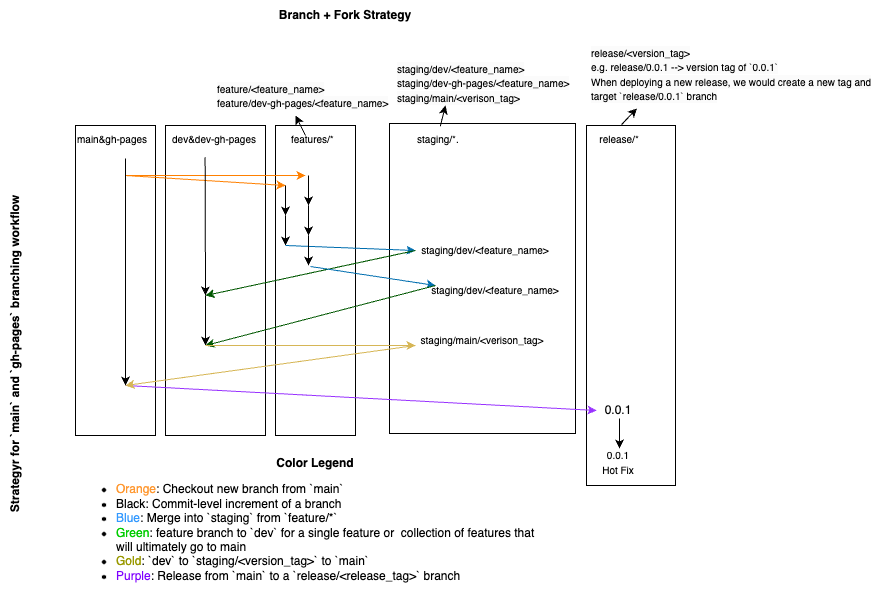
capitalone/DataProfiler keeps this draw.io diagram as docs/source/_static/images/branching_workflow_diagram.png. Above is the earlier version. Source tidied: cells renumbered, new cells last; positions are measured from the earlier drawing's top-left corner, leaving out a move shared by most shapes.
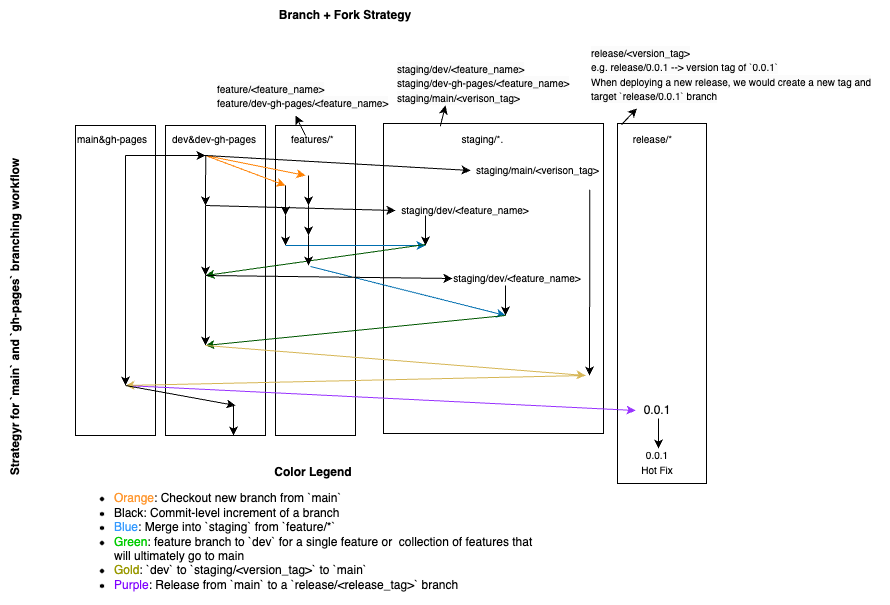
Later version of the same file.

The edit, as a diff of the source:
```diff
@@ -9,15 +9,15 @@
       <mxGeometry x="240" y="125" width="80" height="310" as="geometry" />
     </mxCell>
     <mxCell id="4" style="rounded=0;whiteSpace=wrap;html=1;fillColor=none;" parent="1" vertex="1">
-      <mxGeometry x="751" y="125" width="89" height="360" as="geometry" />
+      <mxGeometry x="782" y="123" width="89" height="360" as="geometry" />
     </mxCell>
     <mxCell id="5" style="rounded=0;whiteSpace=wrap;html=1;fillColor=none;" parent="1" vertex="1">
       <mxGeometry x="440" y="125" width="80" height="310" as="geometry" />
     </mxCell>
     <mxCell id="6" style="rounded=0;whiteSpace=wrap;html=1;fillColor=none;" parent="1" vertex="1">
-      <mxGeometry x="554" y="123" width="186" height="310" as="geometry" />
+      <mxGeometry x="548" y="123" width="220" height="310" as="geometry" />
     </mxCell>
-    <mxCell id="7" value="&lt;font style=&quot;font-size: 10px;&quot;&gt;main&amp;amp;gh-pages&amp;nbsp; &amp;nbsp; &amp;nbsp; &amp;nbsp; &amp;nbsp;dev&amp;amp;dev-gh-pages&amp;nbsp; &amp;nbsp; &amp;nbsp;&lt;span style=&quot;white-space: pre;&quot;&gt;&#9;&lt;/span&gt;&lt;span style=&quot;white-space: pre;&quot;&gt;&amp;nbsp;&lt;/span&gt;&amp;nbsp; &amp;nbsp; features/*&amp;nbsp; &amp;nbsp; &amp;nbsp; &amp;nbsp; &amp;nbsp; &amp;nbsp; &amp;nbsp; &amp;nbsp; &amp;nbsp; &amp;nbsp; &amp;nbsp; &amp;nbsp; &amp;nbsp; &amp;nbsp; &amp;nbsp; staging/*.&amp;nbsp; &amp;nbsp; &amp;nbsp; &amp;nbsp; &amp;nbsp; &amp;nbsp; &amp;nbsp;&lt;span style=&quot;white-space: pre;&quot;&gt;&#9;&lt;span style=&quot;white-space: pre;&quot;&gt;&#9;&lt;/span&gt;&lt;span style=&quot;white-space: pre;&quot;&gt;&#9;&lt;/span&gt;&lt;span style=&quot;white-space: pre;&quot;&gt;&#9;&lt;/span&gt;&lt;/span&gt;&amp;nbsp; &amp;nbsp; &amp;nbsp; &amp;nbsp; &amp;nbsp; &amp;nbsp; release/*&lt;/font&gt;" style="text;whiteSpace=wrap;html=1;" parent="1" vertex="1">
+    <mxCell id="7" value="&lt;font style=&quot;font-size: 10px;&quot;&gt;main&amp;amp;gh-pages&amp;nbsp; &amp;nbsp; &amp;nbsp; &amp;nbsp; &amp;nbsp;dev&amp;amp;dev-gh-pages&amp;nbsp; &amp;nbsp; &amp;nbsp;&lt;span style=&quot;white-space: pre;&quot;&gt;&#9;&lt;/span&gt;&lt;span style=&quot;white-space: pre;&quot;&gt;&amp;nbsp;&lt;/span&gt;&amp;nbsp; &amp;nbsp; features/*&amp;nbsp; &amp;nbsp; &amp;nbsp; &amp;nbsp; &amp;nbsp; &amp;nbsp; &amp;nbsp; &amp;nbsp; &amp;nbsp; &amp;nbsp; &amp;nbsp; &amp;nbsp; &amp;nbsp; &amp;nbsp; &amp;nbsp; &amp;nbsp; &amp;nbsp; &amp;nbsp; &amp;nbsp; &amp;nbsp; &amp;nbsp; &amp;nbsp; &amp;nbsp; staging/*.&amp;nbsp; &amp;nbsp; &amp;nbsp; &amp;nbsp; &amp;nbsp; &amp;nbsp; &amp;nbsp;&lt;span style=&quot;white-space: pre;&quot;&gt;&#9;&lt;span style=&quot;white-space: pre;&quot;&gt;&#9;&lt;/span&gt; &lt;/span&gt;&amp;nbsp; &amp;nbsp; &amp;nbsp; &amp;nbsp; &amp;nbsp; &amp;nbsp; &amp;nbsp; &amp;nbsp; &amp;nbsp; &amp;nbsp; &amp;nbsp; &amp;nbsp;release/*&lt;/font&gt;" style="text;whiteSpace=wrap;html=1;" parent="1" vertex="1">
       <mxGeometry x="240" y="125" width="600" height="30" as="geometry" />
     </mxCell>
     <mxCell id="8" style="endArrow=classic;html=1;rounded=0;" parent="1" edge="1">
@@ -28,7 +28,7 @@
     </mxCell>
     <mxCell id="9" style="endArrow=classic;html=1;rounded=0;fillColor=#f8cecc;strokeColor=#FF8000;" parent="1" edge="1">
       <mxGeometry relative="1" as="geometry">
-        <mxPoint x="290" y="175" as="sourcePoint" />
+        <mxPoint x="370" y="155" as="sourcePoint" />
         <mxPoint x="450" y="185" as="targetPoint" />
       </mxGeometry>
     </mxCell>
@@ -52,30 +52,30 @@
     </mxCell>
     <mxCell id="13" style="endArrow=classic;html=1;rounded=0;fillColor=#f8cecc;strokeColor=#FF8000;" parent="1" edge="1">
       <mxGeometry relative="1" as="geometry">
-        <mxPoint x="290" y="175" as="sourcePoint" />
+        <mxPoint x="370" y="155" as="sourcePoint" />
         <mxPoint x="470" y="175" as="targetPoint" />
       </mxGeometry>
     </mxCell>
     <mxCell id="14" style="endArrow=classic;html=1;rounded=0;fillColor=#1ba1e2;strokeColor=#006EAF;" parent="1" edge="1">
       <mxGeometry relative="1" as="geometry">
         <mxPoint x="450" y="245" as="sourcePoint" />
-        <mxPoint x="580" y="250" as="targetPoint" />
+        <mxPoint x="590" y="245" as="targetPoint" />
       </mxGeometry>
     </mxCell>
     <mxCell id="15" style="endArrow=classic;html=1;rounded=0;fillColor=#008a00;strokeColor=#005700;" parent="1" edge="1">
       <mxGeometry relative="1" as="geometry">
-        <mxPoint x="580" y="250" as="sourcePoint" />
-        <mxPoint x="370" y="295" as="targetPoint" />
+        <mxPoint x="590" y="244" as="sourcePoint" />
+        <mxPoint x="370" y="275" as="targetPoint" />
       </mxGeometry>
     </mxCell>
     <mxCell id="16" value="&lt;b&gt;Branch + Fork Strategy&lt;/b&gt;" style="text;html=1;strokeColor=none;fillColor=none;align=center;verticalAlign=middle;whiteSpace=wrap;rounded=0;" parent="1" vertex="1">
       <mxGeometry x="385" width="250" height="30" as="geometry" />
     </mxCell>
     <mxCell id="17" value="&lt;b&gt;Strategyr for `main` and `gh-pages` branching workflow&lt;/b&gt;" style="text;html=1;strokeColor=none;fillColor=none;align=center;verticalAlign=middle;whiteSpace=wrap;rounded=0;rotation=270;" parent="1" vertex="1">
-      <mxGeometry x="0.4" y="338" width="360.2" height="30" as="geometry" />
+      <mxGeometry x="0.4" y="301" width="360.2" height="30" as="geometry" />
     </mxCell>
     <mxCell id="18" value="&lt;b&gt;Color Legend&lt;br&gt;&lt;/b&gt;&lt;ul&gt;&lt;li style=&quot;border-color: var(--border-color); text-align: left;&quot;&gt;&lt;font style=&quot;border-color: var(--border-color);&quot; color=&quot;#ff9933&quot;&gt;Orange&lt;/font&gt;: Checkout new branch from `main`&lt;/li&gt;&lt;li style=&quot;border-color: var(--border-color); text-align: left;&quot;&gt;Black: Commit-level increment of a branch&lt;/li&gt;&lt;li style=&quot;text-align: left;&quot;&gt;&lt;font color=&quot;#3399ff&quot;&gt;Blue&lt;/font&gt;: Merge into `staging` from `feature/*`&lt;/li&gt;&lt;li style=&quot;border-color: var(--border-color); text-align: left;&quot;&gt;&lt;font style=&quot;border-color: var(--border-color);&quot; color=&quot;#00cc00&quot;&gt;Green&lt;/font&gt;: feature branch to `dev` for a single feature or&amp;nbsp; collection of features that will ultimately go to main&lt;/li&gt;&lt;li style=&quot;text-align: left;&quot;&gt;&lt;font style=&quot;background-color: initial;&quot; color=&quot;#999900&quot;&gt;Gold&lt;/font&gt;&lt;span style=&quot;background-color: initial;&quot;&gt;: `dev` to `staging/&amp;lt;version_tag&amp;gt;` to `main`&lt;/span&gt;&lt;br&gt;&lt;/li&gt;&lt;li style=&quot;border-color: var(--border-color); text-align: left;&quot;&gt;&lt;font style=&quot;border-color: var(--border-color); background-color: initial;&quot; color=&quot;#7f00ff&quot;&gt;Purple&lt;/font&gt;: Release from `main` to a `release/&amp;lt;release_tag&amp;gt;` branch&lt;/li&gt;&lt;/ul&gt;" style="text;html=1;strokeColor=none;fillColor=none;align=center;verticalAlign=middle;whiteSpace=wrap;rounded=0;" parent="1" vertex="1">
-      <mxGeometry x="240" y="455" width="480" height="140" as="geometry" />
+      <mxGeometry x="238" y="464" width="480" height="140" as="geometry" />
     </mxCell>
     <mxCell id="19" value="&lt;span style=&quot;color: rgb(0, 0, 0); font-family: Helvetica; font-style: normal; font-variant-ligatures: normal; font-variant-caps: normal; font-weight: 400; letter-spacing: normal; orphans: 2; text-align: left; text-indent: 0px; text-transform: none; widows: 2; word-spacing: 0px; -webkit-text-stroke-width: 0px; background-color: rgb(251, 251, 251); text-decoration-thickness: initial; text-decoration-style: initial; text-decoration-color: initial; float: none; display: inline !important;&quot;&gt;&lt;font style=&quot;font-size: 10px;&quot;&gt;staging/dev/&amp;lt;feature_name&amp;gt;&lt;br&gt;staging/dev-gh-pages/&amp;lt;feature_name&amp;gt;&lt;br&gt;staging/main/&amp;lt;verison_tag&amp;gt;&lt;/font&gt;&lt;br style=&quot;border-color: var(--border-color); font-size: 10px;&quot;&gt;&lt;/span&gt;" style="text;whiteSpace=wrap;html=1;" parent="1" vertex="1">
       <mxGeometry x="560" y="55" width="180" height="60" as="geometry" />
@@ -86,24 +86,24 @@
       </mxGeometry>
     </mxCell>
     <mxCell id="21" value="0.0.1" style="text;html=1;strokeColor=none;fillColor=none;align=center;verticalAlign=middle;whiteSpace=wrap;rounded=0;" parent="1" vertex="1">
-      <mxGeometry x="761" y="395" width="44" height="30" as="geometry" />
+      <mxGeometry x="800" y="395" width="44" height="30" as="geometry" />
     </mxCell>
     <mxCell id="22" style="endArrow=classic;html=1;rounded=0;" parent="1" edge="1">
       <mxGeometry relative="1" as="geometry">
-        <mxPoint x="784" y="418" as="sourcePoint" />
-        <mxPoint x="784" y="448" as="targetPoint" />
+        <mxPoint x="823" y="418" as="sourcePoint" />
+        <mxPoint x="823" y="448" as="targetPoint" />
       </mxGeometry>
     </mxCell>
     <mxCell id="23" style="endArrow=classic;html=1;rounded=0;" parent="1" edge="1">
       <mxGeometry relative="1" as="geometry">
-        <mxPoint x="370" y="295" as="sourcePoint" />
+        <mxPoint x="370" y="275" as="sourcePoint" />
         <mxPoint x="370" y="345" as="targetPoint" />
       </mxGeometry>
     </mxCell>
     <mxCell id="24" style="endArrow=classic;html=1;rounded=0;fillColor=#1ba1e2;strokeColor=#006EAF;" parent="1" edge="1">
       <mxGeometry relative="1" as="geometry">
         <mxPoint x="475" y="266" as="sourcePoint" />
-        <mxPoint x="600" y="285" as="targetPoint" />
+        <mxPoint x="670" y="315" as="targetPoint" />
       </mxGeometry>
     </mxCell>
     <mxCell id="25" style="endArrow=classic;html=1;rounded=0;fillColor=#f8cecc;strokeColor=#000000;" parent="1" edge="1">
@@ -114,25 +114,19 @@
     </mxCell>
     <mxCell id="26" style="endArrow=classic;html=1;rounded=0;fillColor=#008a00;strokeColor=#005700;" parent="1" edge="1">
       <mxGeometry relative="1" as="geometry">
-        <mxPoint x="600" y="285" as="sourcePoint" />
+        <mxPoint x="670" y="315" as="sourcePoint" />
         <mxPoint x="370" y="345" as="targetPoint" />
       </mxGeometry>
     </mxCell>
     <mxCell id="27" style="endArrow=classic;html=1;rounded=0;fillColor=#fff2cc;strokeColor=#d6b656;" parent="1" edge="1">
       <mxGeometry relative="1" as="geometry">
-        <mxPoint x="580" y="345" as="sourcePoint" />
+        <mxPoint x="750" y="375" as="sourcePoint" />
         <mxPoint x="290" y="385" as="targetPoint" />
       </mxGeometry>
     </mxCell>
     <mxCell id="28" value="&lt;font style=&quot;font-size: 10px;&quot;&gt;0.0.1&lt;br&gt;Hot Fix&lt;/font&gt;" style="text;html=1;strokeColor=none;fillColor=none;align=center;verticalAlign=middle;whiteSpace=wrap;rounded=0;" parent="1" vertex="1">
-      <mxGeometry x="753" y="447" width="60" height="30" as="geometry" />
+      <mxGeometry x="792" y="447" width="60" height="30" as="geometry" />
     </mxCell>
-    <mxCell id="29" style="endArrow=classic;html=1;rounded=0;" parent="1" edge="1">
-      <mxGeometry relative="1" as="geometry">
-        <mxPoint x="290" y="158" as="sourcePoint" />
-        <mxPoint x="290" y="385" as="targetPoint" />
-      </mxGeometry>
-    </mxCell>
     <mxCell id="30" value="&lt;span style=&quot;color: rgb(0, 0, 0); font-family: Helvetica; font-style: normal; font-variant-ligatures: normal; font-variant-caps: normal; font-weight: 400; letter-spacing: normal; orphans: 2; text-align: left; text-indent: 0px; text-transform: none; widows: 2; word-spacing: 0px; -webkit-text-stroke-width: 0px; background-color: rgb(251, 251, 251); text-decoration-thickness: initial; text-decoration-style: initial; text-decoration-color: initial; float: none; display: inline !important;&quot;&gt;&lt;span style=&quot;font-size: 10px;&quot;&gt;release/&amp;lt;version_tag&amp;gt;&lt;br&gt;&lt;/span&gt;&lt;font style=&quot;font-size: 10px;&quot;&gt;e.g. release/0.0.1 --&amp;gt; version tag of `0.0.1`&lt;br&gt;&lt;/font&gt;&lt;font style=&quot;font-size: 10px;&quot;&gt;When deploying a new release, we would create a new tag and target `release/0.0.1` branch&lt;/font&gt;&lt;br style=&quot;border-color: var(--border-color); font-size: 10px;&quot;&gt;&lt;/span&gt;" style="text;whiteSpace=wrap;html=1;" parent="1" vertex="1">
       <mxGeometry x="754" y="39" width="300" height="70" as="geometry" />
     </mxCell>
@@ -152,22 +146,87 @@
     <mxCell id="34" style="endArrow=classic;html=1;rounded=0;exitX=0.91;exitY=-0.027;exitDx=0;exitDy=0;exitPerimeter=0;entryX=0.158;entryY=0.984;entryDx=0;entryDy=0;entryPerimeter=0;" parent="1" edge="1" source="7" target="30">
       <mxGeometry relative="1" as="geometry" />
     </mxCell>
-    <mxCell id="35" style="endArrow=classic;html=1;rounded=0;fillColor=#fff2cc;strokeColor=#d6b656;exitX=0.4;exitY=0.71;exitDx=0;exitDy=0;exitPerimeter=0;" parent="1" edge="1" source="2">
+    <mxCell id="35" style="endArrow=classic;html=1;rounded=0;fillColor=#fff2cc;strokeColor=#d6b656;" parent="1" edge="1">
       <mxGeometry relative="1" as="geometry">
-        <mxPoint x="580" y="345" as="targetPoint" />
+        <mxPoint x="370" y="345" as="sourcePoint" />
+        <mxPoint x="750" y="375" as="targetPoint" />
       </mxGeometry>
     </mxCell>
     <mxCell id="36" value="&lt;font style=&quot;font-size: 10px;&quot;&gt;staging/dev/&amp;lt;feature_name&amp;gt;&lt;/font&gt;" style="text;html=1;strokeColor=none;fillColor=none;align=center;verticalAlign=middle;whiteSpace=wrap;rounded=0;" parent="1" vertex="1">
-      <mxGeometry x="600" y="235" width="100" height="30" as="geometry" />
+      <mxGeometry x="560" y="195" width="140" height="30" as="geometry" />
     </mxCell>
     <mxCell id="37" value="&lt;font style=&quot;font-size: 10px;&quot;&gt;staging/dev/&amp;lt;feature_name&amp;gt;&lt;/font&gt;" style="text;html=1;strokeColor=none;fillColor=none;align=center;verticalAlign=middle;whiteSpace=wrap;rounded=0;" parent="1" vertex="1">
-      <mxGeometry x="610" y="275" width="100" height="30" as="geometry" />
+      <mxGeometry x="617" y="263" width="130" height="30" as="geometry" />
     </mxCell>
     <mxCell id="38" value="&lt;font style=&quot;font-size: 10px;&quot;&gt;staging/main/&amp;lt;verison_tag&amp;gt;&lt;/font&gt;" style="text;html=1;strokeColor=none;fillColor=none;align=center;verticalAlign=middle;whiteSpace=wrap;rounded=0;" parent="1" vertex="1">
-      <mxGeometry x="617" y="325" width="60" height="30" as="geometry" />
+      <mxGeometry x="635" y="155" width="135" height="30" as="geometry" />
     </mxCell>
-    <mxCell id="39" style="endArrow=classic;html=1;rounded=0;entryX=0.4;entryY=0.548;entryDx=0;entryDy=0;entryPerimeter=0;exitX=0.216;exitY=1.061;exitDx=0;exitDy=0;exitPerimeter=0;" parent="1" edge="1" source="7" target="2">
-      <mxGeometry relative="1" as="geometry" />
+    <mxCell id="39" style="endArrow=classic;html=1;rounded=0;exitX=0.217;exitY=1.011;exitDx=0;exitDy=0;exitPerimeter=0;" parent="1" edge="1" source="7">
+      <mxGeometry relative="1" as="geometry">
+        <mxPoint x="370" y="205" as="targetPoint" />
+      </mxGeometry>
     </mxCell>
+    <mxCell id="40" style="endArrow=classic;html=1;rounded=0;" parent="1" edge="1">
+      <mxGeometry relative="1" as="geometry">
+        <mxPoint x="370" y="205" as="sourcePoint" />
+        <mxPoint x="370" y="275" as="targetPoint" />
+      </mxGeometry>
+    </mxCell>
+    <mxCell id="41" style="endArrow=classic;html=1;rounded=0;entryX=0;entryY=0.5;entryDx=0;entryDy=0;" parent="1" edge="1" target="36">
+      <mxGeometry relative="1" as="geometry">
+        <mxPoint x="370" y="205" as="sourcePoint" />
+      </mxGeometry>
+    </mxCell>
+    <mxCell id="42" style="endArrow=classic;html=1;rounded=0;" parent="1" edge="1">
+      <mxGeometry relative="1" as="geometry">
+        <mxPoint x="590" y="215" as="sourcePoint" />
+        <mxPoint x="590" y="245" as="targetPoint" />
+      </mxGeometry>
+    </mxCell>
+    <mxCell id="43" style="endArrow=classic;html=1;rounded=0;entryX=0;entryY=0.5;entryDx=0;entryDy=0;" parent="1" edge="1" target="37">
+      <mxGeometry relative="1" as="geometry">
+        <mxPoint x="370" y="275" as="sourcePoint" />
+      </mxGeometry>
+    </mxCell>
+    <mxCell id="44" style="endArrow=classic;html=1;rounded=0;" parent="1" edge="1">
+      <mxGeometry relative="1" as="geometry">
+        <mxPoint x="670" y="285" as="sourcePoint" />
+        <mxPoint x="670" y="315" as="targetPoint" />
+      </mxGeometry>
+    </mxCell>
+    <mxCell id="45" style="endArrow=classic;html=1;rounded=0;" parent="1" edge="1">
+      <mxGeometry relative="1" as="geometry">
+        <mxPoint x="290" y="155" as="sourcePoint" />
+        <mxPoint x="290" y="385" as="targetPoint" />
+      </mxGeometry>
+    </mxCell>
+    <mxCell id="46" style="endArrow=classic;html=1;rounded=0;entryX=0;entryY=0.5;entryDx=0;entryDy=0;" parent="1" edge="1" target="38">
+      <mxGeometry relative="1" as="geometry">
+        <mxPoint x="370" y="155" as="sourcePoint" />
+      </mxGeometry>
+    </mxCell>
+    <mxCell id="47" style="endArrow=classic;html=1;rounded=0;exitX=0.884;exitY=1.144;exitDx=0;exitDy=0;exitPerimeter=0;" parent="1" edge="1" source="38">
+      <mxGeometry relative="1" as="geometry">
+        <mxPoint x="754" y="375" as="targetPoint" />
+      </mxGeometry>
+    </mxCell>
+    <mxCell id="48" style="endArrow=classic;html=1;rounded=0;" parent="1" edge="1">
+      <mxGeometry relative="1" as="geometry">
+        <mxPoint x="290" y="155" as="sourcePoint" />
+        <mxPoint x="370" y="155" as="targetPoint" />
+      </mxGeometry>
+    </mxCell>
+    <mxCell id="49" style="endArrow=classic;html=1;rounded=0;" parent="1" edge="1">
+      <mxGeometry relative="1" as="geometry">
+        <mxPoint x="398" y="405" as="sourcePoint" />
+        <mxPoint x="398" y="435" as="targetPoint" />
+      </mxGeometry>
+    </mxCell>
+    <mxCell id="50" style="endArrow=classic;html=1;rounded=0;" parent="1" edge="1">
+      <mxGeometry relative="1" as="geometry">
+        <mxPoint x="290" y="385" as="sourcePoint" />
+        <mxPoint x="400" y="405" as="targetPoint" />
+      </mxGeometry>
+    </mxCell>
   </root>
 </mxGraphModel>
```
